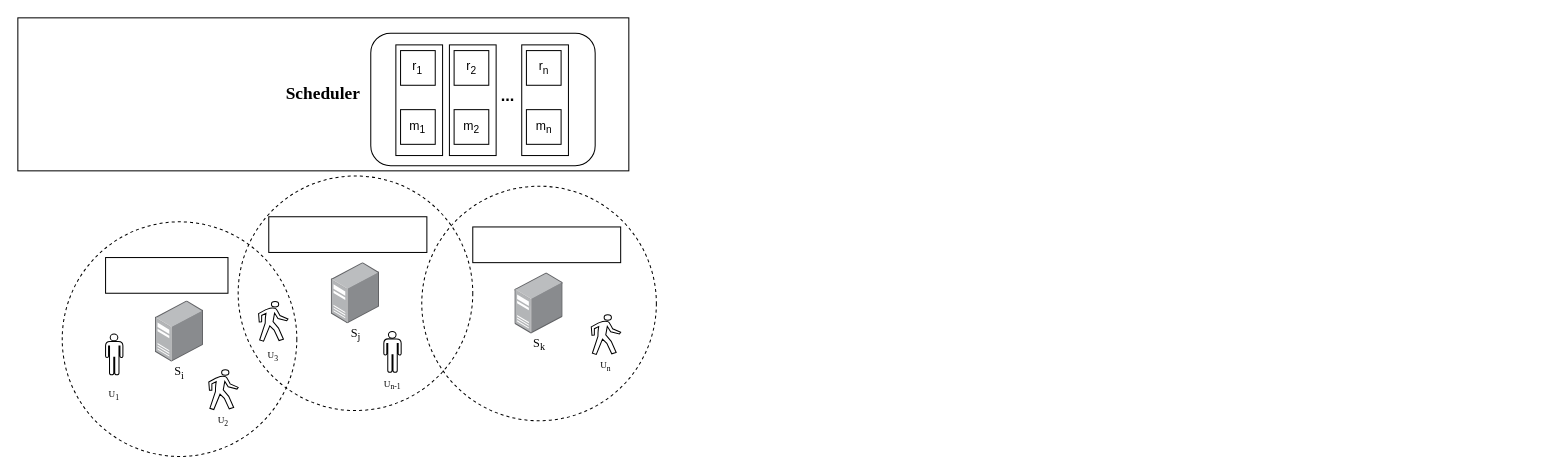
DCLe-DA/Learning-DL-by-Hand keeps this draw.io diagram as transfer_cost.drawio. Above is the earlier version. Source tidied: cells renumbered, new cells numbered last; positions are measured from the earlier drawing's top-left corner, leaving out a move shared by most shapes. Both pictures are drawn from the tidied source at 102%, with x=0, y=0 at pixel (17, 17).
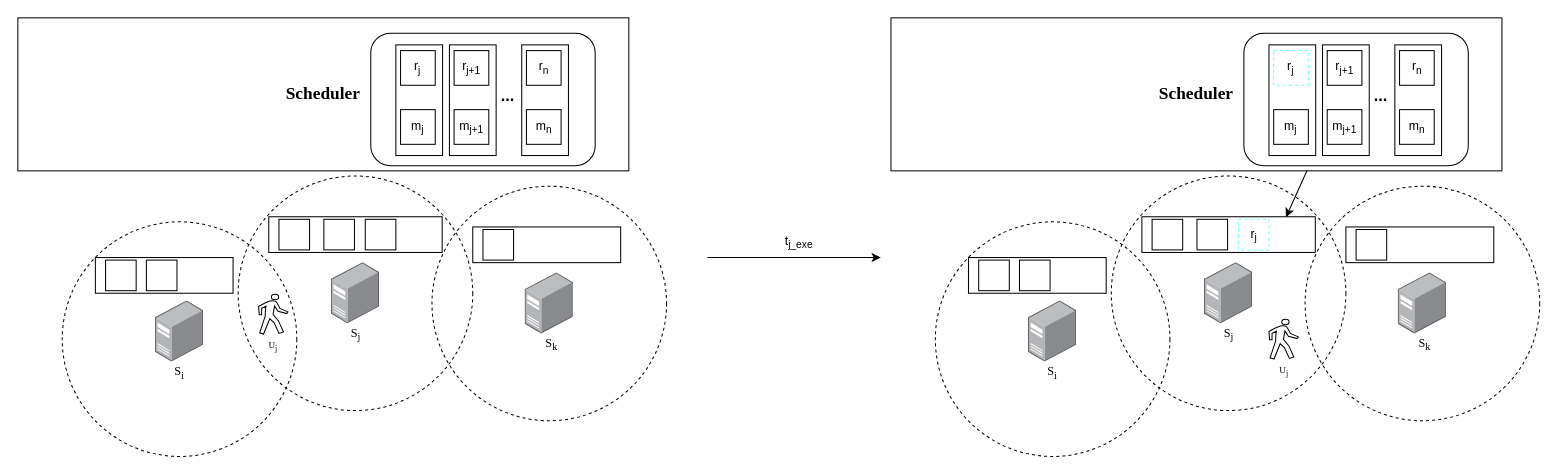
Above is the later version.

Change to the diagram source:
```diff
@@
     <mxCell id="2" style="ellipse;whiteSpace=wrap;html=1;dashed=1;fillColor=none;" parent="1" vertex="1">
-      <mxGeometry x="396" y="165" width="230" height="230" as="geometry" />
+      <mxGeometry x="406" y="165" width="230" height="230" as="geometry" />
     </mxCell>
@@
     <mxCell id="7" style="image;html=1;align=center;shadow=0;dashed=0;image=img/lib/allied_telesis/computer_and_terminals/Server_Desktop.svg;" parent="1" vertex="1">
-      <mxGeometry x="487.3" y="250" width="47.3" height="60" as="geometry" />
+      <mxGeometry x="497.3" y="250" width="47.3" height="60" as="geometry" />
     </mxCell>
@@
     <mxCell id="11" value="&lt;font face=&quot;Times New Roman&quot;&gt;S&lt;sub&gt;k&lt;/sub&gt;&lt;/font&gt;" style="text;strokeColor=none;align=center;fillColor=none;html=1;verticalAlign=middle;whiteSpace=wrap;rounded=0;" parent="1" vertex="1">
-      <mxGeometry x="489.8" y="310" width="42.5" height="20" as="geometry" />
+      <mxGeometry x="502.2" y="310" width="42.5" height="20" as="geometry" />
     </mxCell>
     <mxCell id="12" style="rounded=0;whiteSpace=wrap;html=1;" parent="1" vertex="1">
-      <mxGeometry x="86" y="235" width="120" height="35" as="geometry" />
+      <mxGeometry x="76" y="235" width="135" height="35" as="geometry" />
     </mxCell>
     <mxCell id="13" style="rounded=0;whiteSpace=wrap;html=1;" parent="1" vertex="1">
-      <mxGeometry x="246" y="195" width="155" height="35" as="geometry" />
+      <mxGeometry x="246" y="195" width="170" height="35" as="geometry" />
     </mxCell>
@@
-    <mxCell id="19" value="r&lt;sub&gt;1&lt;/sub&gt;" style="whiteSpace=wrap;html=1;fillColor=none;strokeColor=#000000;" parent="1" vertex="1">
+    <mxCell id="19" value="r&lt;sub&gt;j&lt;/sub&gt;" style="whiteSpace=wrap;html=1;fillColor=none;strokeColor=#000000;" parent="1" vertex="1">
       <mxGeometry x="375.2" y="32.1" width="34" height="34" as="geometry" />
     </mxCell>
-    <mxCell id="20" value="r&lt;sub&gt;2&lt;/sub&gt;" style="whiteSpace=wrap;html=1;" parent="1" vertex="1">
+    <mxCell id="20" value="r&lt;sub&gt;j+1&lt;/sub&gt;" style="whiteSpace=wrap;html=1;" parent="1" vertex="1">
       <mxGeometry x="427.7" y="32.1" width="34" height="34" as="geometry" />
     </mxCell>
@@
-    <mxCell id="23" value="m&lt;sub&gt;1&lt;/sub&gt;" style="whiteSpace=wrap;html=1;fillColor=none;strokeColor=#000000;" parent="1" vertex="1">
+    <mxCell id="23" value="m&lt;sub&gt;j&lt;/sub&gt;" style="whiteSpace=wrap;html=1;fillColor=none;strokeColor=#000000;" parent="1" vertex="1">
       <mxGeometry x="375.2" y="90" width="34" height="34" as="geometry" />
     </mxCell>
-    <mxCell id="24" value="m&lt;sub&gt;2&lt;/sub&gt;" style="whiteSpace=wrap;html=1;" parent="1" vertex="1">
+    <mxCell id="24" value="m&lt;sub&gt;j+1&lt;/sub&gt;" style="whiteSpace=wrap;html=1;" parent="1" vertex="1">
       <mxGeometry x="427.7" y="90" width="34" height="34" as="geometry" />
     </mxCell>
@@
-    <mxCell id="26" style="shape=mxgraph.signs.people.man_1;html=1;fillColor=none;strokeColor=default;verticalLabelPosition=bottom;verticalAlign=top;align=center;sketch=0;" parent="1" vertex="1">
-      <mxGeometry x="86" y="310" width="17" height="40" as="geometry" />
-    </mxCell>
-    <mxCell id="27" style="shape=mxgraph.signs.people.man_1;html=1;fillColor=none;strokeColor=default;verticalLabelPosition=bottom;verticalAlign=top;align=center;sketch=0;" parent="1" vertex="1">
-      <mxGeometry x="358.8" y="307.5" width="17" height="40" as="geometry" />
-    </mxCell>
     <mxCell id="28" style="shape=mxgraph.signs.people.walking;html=1;fillColor=none;strokeColor=default;verticalLabelPosition=bottom;verticalAlign=top;align=center;sketch=0;" parent="1" vertex="1">
-      <mxGeometry x="187.2" y="345" width="28.8" height="39" as="geometry" />
+      <mxGeometry x="236" y="271" width="28.8" height="39" as="geometry" />
     </mxCell>
-    <mxCell id="29" style="shape=mxgraph.signs.people.walking;html=1;fillColor=none;strokeColor=default;verticalLabelPosition=bottom;verticalAlign=top;align=center;sketch=0;" parent="1" vertex="1">
-      <mxGeometry x="562.2" y="291" width="28.8" height="39" as="geometry" />
-    </mxCell>
-    <mxCell id="30" style="shape=mxgraph.signs.people.walking;html=1;fillColor=none;strokeColor=default;verticalLabelPosition=bottom;verticalAlign=top;align=center;sketch=0;" parent="1" vertex="1">
-      <mxGeometry x="236" y="278" width="28.8" height="39" as="geometry" />
-    </mxCell>
-    <mxCell id="31" value="&lt;font style=&quot;font-size: 9px;&quot; face=&quot;Times New Roman&quot;&gt;U&lt;sub&gt;1&lt;/sub&gt;&lt;/font&gt;" style="text;strokeColor=none;align=center;fillColor=none;html=1;verticalAlign=middle;whiteSpace=wrap;rounded=0;" parent="1" vertex="1">
-      <mxGeometry x="73.2" y="357.5" width="42.5" height="20" as="geometry" />
-    </mxCell>
-    <mxCell id="32" value="&lt;font style=&quot;font-size: 9px;&quot; face=&quot;Times New Roman&quot;&gt;U&lt;sub&gt;3&lt;/sub&gt;&lt;/font&gt;" style="text;strokeColor=none;align=center;fillColor=none;html=1;verticalAlign=middle;whiteSpace=wrap;rounded=0;" parent="1" vertex="1">
-      <mxGeometry x="229.1" y="320" width="42.5" height="20" as="geometry" />
-    </mxCell>
-    <mxCell id="33" value="&lt;font style=&quot;font-size: 9px;&quot; face=&quot;Times New Roman&quot;&gt;U&lt;sub&gt;2&lt;/sub&gt;&lt;/font&gt;" style="text;strokeColor=none;align=center;fillColor=none;html=1;verticalAlign=middle;whiteSpace=wrap;rounded=0;" parent="1" vertex="1">
-      <mxGeometry x="179.8" y="384" width="42.5" height="20" as="geometry" />
+    <mxCell id="33" value="&lt;font style=&quot;font-size: 9px;&quot; face=&quot;Times New Roman&quot;&gt;U&lt;sub&gt;j&lt;/sub&gt;&lt;/font&gt;" style="text;strokeColor=none;align=center;fillColor=none;html=1;verticalAlign=middle;whiteSpace=wrap;rounded=0;" parent="1" vertex="1">
+      <mxGeometry x="229.1" y="310" width="42.5" height="20" as="geometry" />
     </mxCell>
-    <mxCell id="34" value="&lt;font style=&quot;font-size: 9px;&quot; face=&quot;Times New Roman&quot;&gt;U&lt;sub&gt;n-1&lt;/sub&gt;&lt;/font&gt;" style="text;strokeColor=none;align=center;fillColor=none;html=1;verticalAlign=middle;whiteSpace=wrap;rounded=0;" parent="1" vertex="1">
-      <mxGeometry x="346" y="347.5" width="42.5" height="20" as="geometry" />
-    </mxCell>
-    <mxCell id="35" value="&lt;font style=&quot;font-size: 9px;&quot; face=&quot;Times New Roman&quot;&gt;U&lt;sub&gt;n&lt;/sub&gt;&lt;/font&gt;" style="text;strokeColor=none;align=center;fillColor=none;html=1;verticalAlign=middle;whiteSpace=wrap;rounded=0;" parent="1" vertex="1">
-      <mxGeometry x="555.4" y="330" width="42.5" height="20" as="geometry" />
-    </mxCell>
+    <mxCell id="36" style="whiteSpace=wrap;html=1;" parent="1" vertex="1">
+      <mxGeometry x="86" y="237.5" width="30" height="30" as="geometry" />
+    </mxCell>
+    <mxCell id="37" style="whiteSpace=wrap;html=1;" parent="1" vertex="1">
+      <mxGeometry x="126" y="237.5" width="30" height="30" as="geometry" />
+    </mxCell>
+    <mxCell id="38" style="whiteSpace=wrap;html=1;" parent="1" vertex="1">
+      <mxGeometry x="340.6" y="197.5" width="30" height="30" as="geometry" />
+    </mxCell>
+    <mxCell id="39" style="whiteSpace=wrap;html=1;" parent="1" vertex="1">
+      <mxGeometry x="300" y="197.5" width="30" height="30" as="geometry" />
+    </mxCell>
+    <mxCell id="40" style="whiteSpace=wrap;html=1;" parent="1" vertex="1">
+      <mxGeometry x="256" y="197.5" width="30" height="30" as="geometry" />
+    </mxCell>
+    <mxCell id="41" style="whiteSpace=wrap;html=1;" parent="1" vertex="1">
+      <mxGeometry x="456" y="207.5" width="30" height="30" as="geometry" />
+    </mxCell>
+    <mxCell id="42" style="endArrow=classic;html=1;rounded=0;" parent="1" edge="1">
+      <mxGeometry relative="1" as="geometry">
+        <mxPoint x="676" y="235" as="sourcePoint" />
+        <mxPoint x="846" y="235" as="targetPoint" />
+      </mxGeometry>
+    </mxCell>
+    <mxCell id="43" value="t&lt;sub&gt;j_exe&lt;/sub&gt;" style="text;strokeColor=none;align=center;fillColor=none;html=1;verticalAlign=middle;whiteSpace=wrap;rounded=0;" parent="1" vertex="1">
+      <mxGeometry x="736" y="205" width="60" height="30" as="geometry" />
+    </mxCell>
+    <mxCell id="44" style="ellipse;whiteSpace=wrap;html=1;dashed=1;fillColor=none;" parent="1" vertex="1">
+      <mxGeometry x="1262" y="165" width="230" height="230" as="geometry" />
+    </mxCell>
+    <mxCell id="45" style="ellipse;whiteSpace=wrap;html=1;dashed=1;fillColor=none;" parent="1" vertex="1">
+      <mxGeometry x="1072" y="155" width="230" height="230" as="geometry" />
+    </mxCell>
+    <mxCell id="46" style="ellipse;whiteSpace=wrap;html=1;dashed=1;fillColor=none;" parent="1" vertex="1">
+      <mxGeometry x="899.5" y="200" width="230" height="230" as="geometry" />
+    </mxCell>
+    <mxCell id="47" value="&lt;font size=&quot;1&quot; face=&quot;Times New Roman&quot; style=&quot;&quot;&gt;&lt;b style=&quot;font-size: 17px;&quot;&gt;Scheduler&lt;/b&gt;&lt;/font&gt;" style="rounded=0;whiteSpace=wrap;html=1;" parent="1" vertex="1">
+      <mxGeometry x="856" width="599" height="150" as="geometry" />
+    </mxCell>
+    <mxCell id="48" style="image;html=1;align=center;shadow=0;dashed=0;image=img/lib/allied_telesis/computer_and_terminals/Server_Desktop.svg;" parent="1" vertex="1">
+      <mxGeometry x="1163.3" y="240" width="47.3" height="60" as="geometry" />
+    </mxCell>
+    <mxCell id="49" style="image;html=1;align=center;shadow=0;dashed=0;image=img/lib/allied_telesis/computer_and_terminals/Server_Desktop.svg;" parent="1" vertex="1">
+      <mxGeometry x="1353.3" y="250" width="47.3" height="60" as="geometry" />
+    </mxCell>
+    <mxCell id="50" style="image;html=1;align=center;shadow=0;dashed=0;image=img/lib/allied_telesis/computer_and_terminals/Server_Desktop.svg;" parent="1" vertex="1">
+      <mxGeometry x="990.8" y="277.5" width="47.3" height="60" as="geometry" />
+    </mxCell>
+    <mxCell id="51" value="&lt;font face=&quot;Times New Roman&quot;&gt;S&lt;sub&gt;i&lt;/sub&gt;&lt;/font&gt;" style="text;strokeColor=none;align=center;fillColor=none;html=1;verticalAlign=middle;whiteSpace=wrap;rounded=0;" parent="1" vertex="1">
+      <mxGeometry x="993.2" y="337.5" width="42.5" height="20" as="geometry" />
+    </mxCell>
+    <mxCell id="52" value="&lt;font face=&quot;Times New Roman&quot;&gt;S&lt;sub&gt;j&lt;/sub&gt;&lt;/font&gt;" style="text;strokeColor=none;align=center;fillColor=none;html=1;verticalAlign=middle;whiteSpace=wrap;rounded=0;" parent="1" vertex="1">
+      <mxGeometry x="1165.8" y="300" width="42.5" height="20" as="geometry" />
+    </mxCell>
+    <mxCell id="53" value="&lt;font face=&quot;Times New Roman&quot;&gt;S&lt;sub&gt;k&lt;/sub&gt;&lt;/font&gt;" style="text;strokeColor=none;align=center;fillColor=none;html=1;verticalAlign=middle;whiteSpace=wrap;rounded=0;" parent="1" vertex="1">
+      <mxGeometry x="1358.2" y="310" width="42.5" height="20" as="geometry" />
+    </mxCell>
+    <mxCell id="54" style="rounded=0;whiteSpace=wrap;html=1;" parent="1" vertex="1">
+      <mxGeometry x="932" y="235" width="135" height="35" as="geometry" />
+    </mxCell>
+    <mxCell id="55" style="rounded=0;whiteSpace=wrap;html=1;" parent="1" vertex="1">
+      <mxGeometry x="1102" y="195" width="170" height="35" as="geometry" />
+    </mxCell>
+    <mxCell id="56" style="rounded=0;whiteSpace=wrap;html=1;" parent="1" vertex="1">
+      <mxGeometry x="1302" y="205" width="145" height="35" as="geometry" />
+    </mxCell>
+    <mxCell id="57" style="rounded=0;whiteSpace=wrap;html=1;" parent="1" vertex="1">
+      <mxGeometry x="1350" y="26.5" width="45.8" height="108.5" as="geometry" />
+    </mxCell>
+    <mxCell id="58" style="rounded=0;whiteSpace=wrap;html=1;" parent="1" vertex="1">
+      <mxGeometry x="1279.1" y="26.5" width="45.8" height="108.5" as="geometry" />
+    </mxCell>
+    <mxCell id="59" style="rounded=1;whiteSpace=wrap;html=1;fillColor=none;" parent="1" vertex="1">
+      <mxGeometry x="1202" y="15" width="220" height="130" as="geometry" />
+    </mxCell>
+    <mxCell id="60" style="rounded=0;whiteSpace=wrap;html=1;" parent="1" vertex="1">
+      <mxGeometry x="1226.6" y="26.5" width="45.8" height="108.5" as="geometry" />
+    </mxCell>
+    <mxCell id="61" value="r&lt;sub&gt;j&lt;/sub&gt;" style="whiteSpace=wrap;html=1;fillColor=none;strokeColor=#66FFFF;dashed=1;" parent="1" vertex="1">
+      <mxGeometry x="1231.2" y="32.1" width="34" height="34" as="geometry" />
+    </mxCell>
+    <mxCell id="62" value="r&lt;sub&gt;j+1&lt;/sub&gt;" style="whiteSpace=wrap;html=1;" parent="1" vertex="1">
+      <mxGeometry x="1283.7" y="32.1" width="34" height="34" as="geometry" />
+    </mxCell>
+    <mxCell id="63" value="r&lt;sub&gt;n&lt;/sub&gt;" style="whiteSpace=wrap;html=1;" parent="1" vertex="1">
+      <mxGeometry x="1354.6" y="32.1" width="34" height="34" as="geometry" />
+    </mxCell>
+    <mxCell id="64" value="&lt;b&gt;&lt;font style=&quot;font-size: 16px;&quot;&gt;...&lt;/font&gt;&lt;/b&gt;" style="text;strokeColor=none;align=center;fillColor=none;html=1;verticalAlign=middle;whiteSpace=wrap;rounded=0;" parent="1" vertex="1">
+      <mxGeometry x="1317.9" y="61.3" width="36.7" height="28.7" as="geometry" />
+    </mxCell>
+    <mxCell id="65" value="m&lt;sub&gt;j&lt;/sub&gt;" style="whiteSpace=wrap;html=1;fillColor=none;strokeColor=#000000;" parent="1" vertex="1">
+      <mxGeometry x="1231.2" y="90" width="34" height="34" as="geometry" />
+    </mxCell>
+    <mxCell id="66" value="m&lt;sub&gt;j+1&lt;/sub&gt;" style="whiteSpace=wrap;html=1;" parent="1" vertex="1">
+      <mxGeometry x="1283.7" y="90" width="34" height="34" as="geometry" />
+    </mxCell>
+    <mxCell id="67" value="m&lt;sub&gt;n&lt;/sub&gt;" style="whiteSpace=wrap;html=1;" parent="1" vertex="1">
+      <mxGeometry x="1354.6" y="90" width="34" height="34" as="geometry" />
+    </mxCell>
+    <mxCell id="68" style="shape=mxgraph.signs.people.walking;html=1;fillColor=none;strokeColor=default;verticalLabelPosition=bottom;verticalAlign=top;align=center;sketch=0;" parent="1" vertex="1">
+      <mxGeometry x="1226.6" y="295.5" width="28.8" height="39" as="geometry" />
+    </mxCell>
+    <mxCell id="69" value="&lt;font style=&quot;font-size: 9px;&quot; face=&quot;Times New Roman&quot;&gt;U&lt;sub&gt;j&lt;/sub&gt;&lt;/font&gt;" style="text;strokeColor=none;align=center;fillColor=none;html=1;verticalAlign=middle;whiteSpace=wrap;rounded=0;" parent="1" vertex="1">
+      <mxGeometry x="1219.5" y="334.5" width="42.5" height="20" as="geometry" />
+    </mxCell>
+    <mxCell id="70" style="whiteSpace=wrap;html=1;" parent="1" vertex="1">
+      <mxGeometry x="942" y="237.5" width="30" height="30" as="geometry" />
+    </mxCell>
+    <mxCell id="71" style="whiteSpace=wrap;html=1;" parent="1" vertex="1">
+      <mxGeometry x="982" y="237.5" width="30" height="30" as="geometry" />
+    </mxCell>
+    <mxCell id="72" value="r&lt;sub&gt;j&lt;/sub&gt;" style="whiteSpace=wrap;html=1;strokeColor=#66FFFF;dashed=1;" parent="1" vertex="1">
+      <mxGeometry x="1196.6" y="197.5" width="30" height="30" as="geometry" />
+    </mxCell>
+    <mxCell id="73" style="whiteSpace=wrap;html=1;" parent="1" vertex="1">
+      <mxGeometry x="1156" y="197.5" width="30" height="30" as="geometry" />
+    </mxCell>
+    <mxCell id="74" style="whiteSpace=wrap;html=1;" parent="1" vertex="1">
+      <mxGeometry x="1112" y="197.5" width="30" height="30" as="geometry" />
+    </mxCell>
+    <mxCell id="75" style="whiteSpace=wrap;html=1;" parent="1" vertex="1">
+      <mxGeometry x="1312" y="207.5" width="30" height="30" as="geometry" />
+    </mxCell>
+    <mxCell id="76" style="endArrow=classic;html=1;rounded=0;entryX=0.831;entryY=0.012;entryDx=0;entryDy=0;entryPerimeter=0;exitX=0.681;exitY=0.998;exitDx=0;exitDy=0;exitPerimeter=0;" parent="1" edge="1" source="47" target="55">
+      <mxGeometry relative="1" as="geometry" />
+    </mxCell>
```
